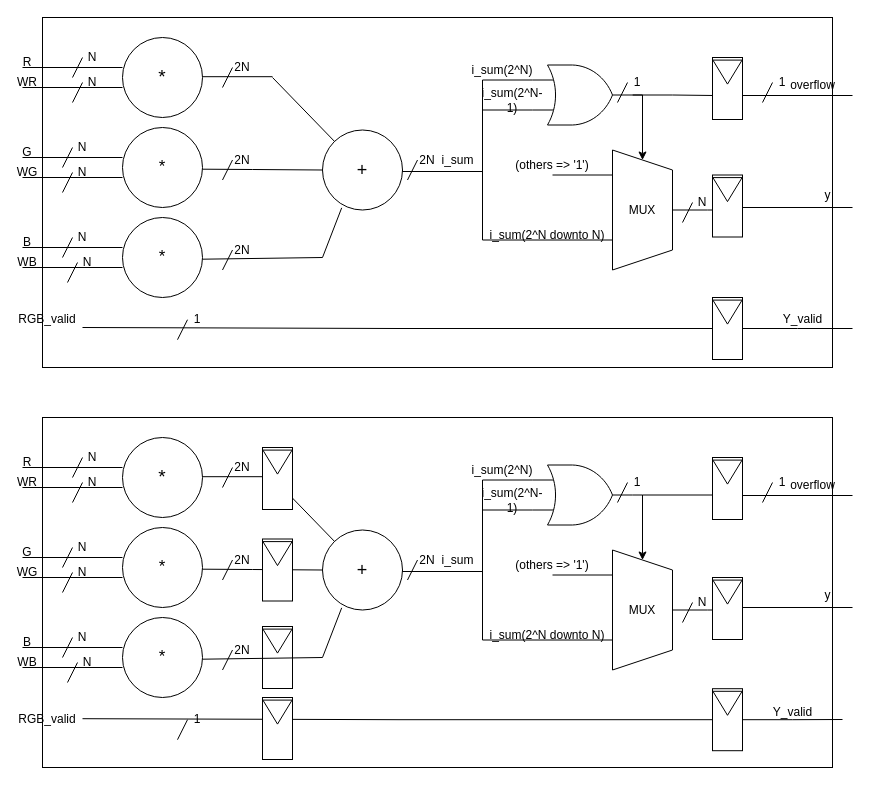
Before: Oblig9/IN3160-oblig9-datapath.drawio in jrundht/IN3160, a draw.io diagram. Source tidied: cells renumbered, new cells numbered last; positions are measured from the earlier drawing's top-left corner, leaving out a move shared by most shapes. Both pictures are drawn from the tidied source at 100%, with x=0, y=0 at pixel (22, 17).
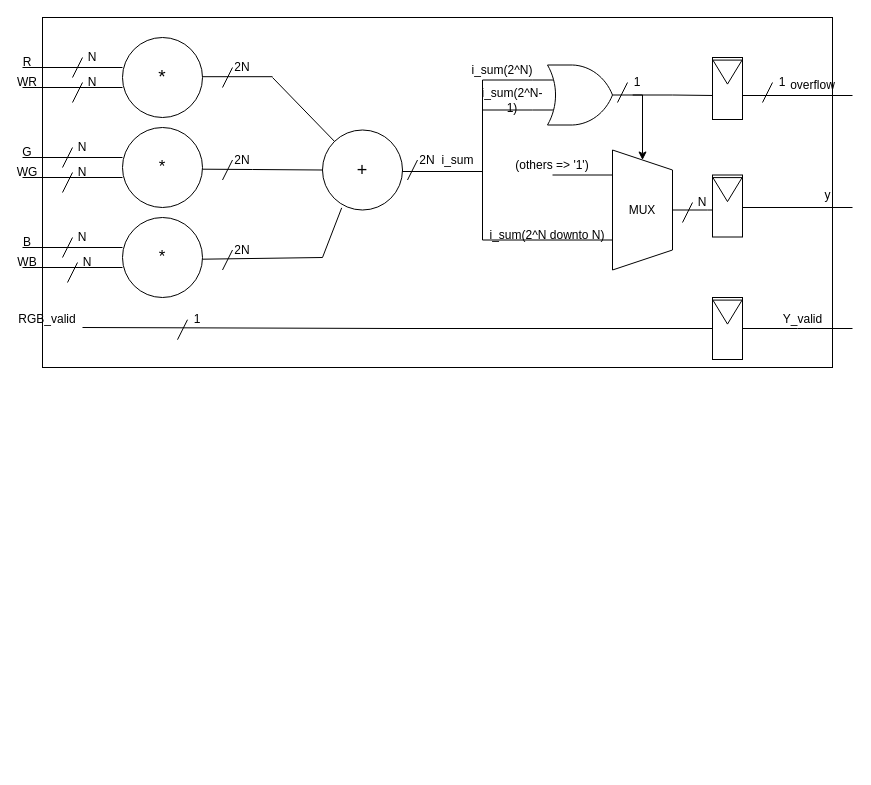
The same diagram, later.

What changed in the source:
```diff
@@
-    <mxCell id="89" style="group;" parent="1" vertex="1">
-      <mxGeometry y="400" width="830" height="350" as="geometry" />
-    </mxCell>
-    <mxCell id="90" style="rounded=0;whiteSpace=wrap;html=1;" parent="89" vertex="1">
-      <mxGeometry x="20" width="790" height="350" as="geometry" />
-    </mxCell>
-    <mxCell id="91" style="group;" parent="89" vertex="1">
-      <mxGeometry x="240" y="209" width="30" height="62" as="geometry" />
-    </mxCell>
-    <mxCell id="92" style="rounded=0;whiteSpace=wrap;html=1;" parent="91" vertex="1">
-      <mxGeometry width="30" height="62" as="geometry" />
-    </mxCell>
-    <mxCell id="93" style="triangle;whiteSpace=wrap;html=1;rotation=90;" parent="91" vertex="1">
-      <mxGeometry x="3" width="24" height="29.2" as="geometry" />
-    </mxCell>
-    <mxCell id="94" style="group;" parent="89" vertex="1">
-      <mxGeometry x="690" y="271.2" width="30" height="62" as="geometry" />
-    </mxCell>
-    <mxCell id="95" style="edgeStyle=orthogonalEdgeStyle;rounded=0;jettySize=auto;html=1;exitX=1;exitY=0.5;exitDx=0;exitDy=0;endArrow=none;endFill=0;" parent="94" edge="1" source="97">
-      <mxGeometry relative="1" as="geometry">
-        <mxPoint x="130" y="30.8" as="targetPoint" />
-      </mxGeometry>
-    </mxCell>
-    <mxCell id="96" style="edgeStyle=orthogonalEdgeStyle;rounded=0;jettySize=auto;html=1;exitX=0;exitY=0.5;exitDx=0;exitDy=0;endArrow=none;endFill=0;" parent="94" edge="1" source="97">
-      <mxGeometry relative="1" as="geometry">
-        <mxPoint x="-630" y="30" as="targetPoint" />
-      </mxGeometry>
-    </mxCell>
-    <mxCell id="97" style="rounded=0;whiteSpace=wrap;html=1;" parent="94" vertex="1">
-      <mxGeometry width="30" height="62" as="geometry" />
-    </mxCell>
-    <mxCell id="98" style="triangle;whiteSpace=wrap;html=1;rotation=90;" parent="94" vertex="1">
-      <mxGeometry x="3" width="24" height="29.2" as="geometry" />
-    </mxCell>
-    <mxCell id="99" value="RGB_valid" style="text;html=1;align=center;verticalAlign=middle;whiteSpace=wrap;rounded=0;" parent="89" vertex="1">
-      <mxGeometry x="20" y="297.2" width="10" height="10" as="geometry" />
-    </mxCell>
-    <mxCell id="100" value="Y_valid" style="text;html=1;align=center;verticalAlign=middle;strokeColor=none;fillColor=none;" parent="89" vertex="1">
-      <mxGeometry x="740" y="280" width="60" height="30" as="geometry" />
-    </mxCell>
-    <mxCell id="101" style="endArrow=none;html=1;rounded=0;" parent="89" edge="1">
-      <mxGeometry relative="1" as="geometry">
-        <mxPoint y="50" as="sourcePoint" />
-        <mxPoint x="100" y="50" as="targetPoint" />
-      </mxGeometry>
-    </mxCell>
-    <mxCell id="102" style="endArrow=none;html=1;rounded=0;" parent="89" edge="1">
-      <mxGeometry relative="1" as="geometry">
-        <mxPoint y="70" as="sourcePoint" />
-        <mxPoint x="100" y="70" as="targetPoint" />
-      </mxGeometry>
-    </mxCell>
-    <mxCell id="103" style="endArrow=none;html=1;rounded=0;" parent="89" edge="1">
-      <mxGeometry relative="1" as="geometry">
-        <mxPoint y="140" as="sourcePoint" />
-        <mxPoint x="100" y="140" as="targetPoint" />
-      </mxGeometry>
-    </mxCell>
-    <mxCell id="104" style="endArrow=none;html=1;rounded=0;" parent="89" edge="1">
-      <mxGeometry relative="1" as="geometry">
-        <mxPoint y="160" as="sourcePoint" />
-        <mxPoint x="100" y="160" as="targetPoint" />
-      </mxGeometry>
-    </mxCell>
-    <mxCell id="105" style="endArrow=none;html=1;rounded=0;" parent="89" edge="1">
-      <mxGeometry relative="1" as="geometry">
-        <mxPoint y="230" as="sourcePoint" />
-        <mxPoint x="100" y="230" as="targetPoint" />
-      </mxGeometry>
-    </mxCell>
-    <mxCell id="106" style="endArrow=none;html=1;rounded=0;" parent="89" edge="1">
-      <mxGeometry relative="1" as="geometry">
-        <mxPoint y="250" as="sourcePoint" />
-        <mxPoint x="100" y="250" as="targetPoint" />
-      </mxGeometry>
-    </mxCell>
-    <mxCell id="107" value="R" style="text;html=1;align=center;verticalAlign=middle;whiteSpace=wrap;rounded=0;" parent="89" vertex="1">
-      <mxGeometry y="40" width="10" height="10" as="geometry" />
-    </mxCell>
-    <mxCell id="108" value="G" style="text;html=1;align=center;verticalAlign=middle;whiteSpace=wrap;rounded=0;" parent="89" vertex="1">
-      <mxGeometry y="130" width="10" height="10" as="geometry" />
-    </mxCell>
-    <mxCell id="109" value="WR" style="text;html=1;align=center;verticalAlign=middle;whiteSpace=wrap;rounded=0;" parent="89" vertex="1">
-      <mxGeometry y="60" width="10" height="10" as="geometry" />
-    </mxCell>
-    <mxCell id="110" value="WG" style="text;html=1;align=center;verticalAlign=middle;whiteSpace=wrap;rounded=0;" parent="89" vertex="1">
-      <mxGeometry y="150" width="10" height="10" as="geometry" />
-    </mxCell>
-    <mxCell id="111" value="&lt;div&gt;B&lt;/div&gt;" style="text;html=1;align=center;verticalAlign=middle;whiteSpace=wrap;rounded=0;" parent="89" vertex="1">
-      <mxGeometry y="220" width="10" height="10" as="geometry" />
-    </mxCell>
-    <mxCell id="112" value="WB" style="text;html=1;align=center;verticalAlign=middle;whiteSpace=wrap;rounded=0;" parent="89" vertex="1">
-      <mxGeometry y="240" width="10" height="10" as="geometry" />
-    </mxCell>
-    <mxCell id="113" value="&lt;font style=&quot;font-size: 19px;&quot;&gt;*&lt;/font&gt;" style="ellipse;whiteSpace=wrap;html=1;" parent="89" vertex="1">
-      <mxGeometry x="100" y="20" width="80" height="80" as="geometry" />
-    </mxCell>
-    <mxCell id="114" value="&lt;font style=&quot;font-size: 17px;&quot;&gt;*&lt;/font&gt;" style="ellipse;whiteSpace=wrap;html=1;" parent="89" vertex="1">
-      <mxGeometry x="100" y="110" width="80" height="80" as="geometry" />
-    </mxCell>
-    <mxCell id="115" value="&lt;font style=&quot;font-size: 17px;&quot;&gt;*&lt;/font&gt;" style="ellipse;whiteSpace=wrap;html=1;" parent="89" vertex="1">
-      <mxGeometry x="100" y="200" width="80" height="80" as="geometry" />
-    </mxCell>
-    <mxCell id="116" style="endArrow=none;html=1;rounded=0;" parent="89" edge="1">
-      <mxGeometry relative="1" as="geometry">
-        <mxPoint x="50" y="60" as="sourcePoint" />
-        <mxPoint x="60" y="40" as="targetPoint" />
-      </mxGeometry>
-    </mxCell>
-    <mxCell id="117" value="N" style="text;html=1;align=center;verticalAlign=middle;whiteSpace=wrap;rounded=0;" parent="89" vertex="1">
-      <mxGeometry x="60" y="35" width="20" height="10" as="geometry" />
-    </mxCell>
-    <mxCell id="118" style="endArrow=none;html=1;rounded=0;" parent="89" edge="1">
-      <mxGeometry relative="1" as="geometry">
-        <mxPoint x="50" y="85" as="sourcePoint" />
-        <mxPoint x="60" y="65" as="targetPoint" />
-      </mxGeometry>
-    </mxCell>
-    <mxCell id="119" value="N" style="text;html=1;align=center;verticalAlign=middle;whiteSpace=wrap;rounded=0;" parent="89" vertex="1">
-      <mxGeometry x="60" y="60" width="20" height="10" as="geometry" />
-    </mxCell>
-    <mxCell id="120" style="endArrow=none;html=1;rounded=0;" parent="89" edge="1">
-      <mxGeometry relative="1" as="geometry">
-        <mxPoint x="40" y="150" as="sourcePoint" />
-        <mxPoint x="50" y="130" as="targetPoint" />
-      </mxGeometry>
-    </mxCell>
-    <mxCell id="121" value="N" style="text;html=1;align=center;verticalAlign=middle;whiteSpace=wrap;rounded=0;" parent="89" vertex="1">
-      <mxGeometry x="50" y="125" width="20" height="10" as="geometry" />
-    </mxCell>
-    <mxCell id="122" style="endArrow=none;html=1;rounded=0;" parent="89" edge="1">
-      <mxGeometry relative="1" as="geometry">
-        <mxPoint x="40" y="175" as="sourcePoint" />
-        <mxPoint x="50" y="155" as="targetPoint" />
-      </mxGeometry>
-    </mxCell>
-    <mxCell id="123" value="N" style="text;html=1;align=center;verticalAlign=middle;whiteSpace=wrap;rounded=0;" parent="89" vertex="1">
-      <mxGeometry x="50" y="150" width="20" height="10" as="geometry" />
-    </mxCell>
-    <mxCell id="124" style="endArrow=none;html=1;rounded=0;" parent="89" edge="1">
-      <mxGeometry relative="1" as="geometry">
-        <mxPoint x="40" y="240" as="sourcePoint" />
-        <mxPoint x="50" y="220" as="targetPoint" />
-      </mxGeometry>
-    </mxCell>
-    <mxCell id="125" value="N" style="text;html=1;align=center;verticalAlign=middle;whiteSpace=wrap;rounded=0;" parent="89" vertex="1">
-      <mxGeometry x="50" y="215" width="20" height="10" as="geometry" />
-    </mxCell>
-    <mxCell id="126" style="endArrow=none;html=1;rounded=0;" parent="89" edge="1">
-      <mxGeometry relative="1" as="geometry">
-        <mxPoint x="45" y="265" as="sourcePoint" />
-        <mxPoint x="55" y="245" as="targetPoint" />
-      </mxGeometry>
-    </mxCell>
-    <mxCell id="127" value="N" style="text;html=1;align=center;verticalAlign=middle;whiteSpace=wrap;rounded=0;" parent="89" vertex="1">
-      <mxGeometry x="55" y="240" width="20" height="10" as="geometry" />
-    </mxCell>
-    <mxCell id="128" style="endArrow=none;html=1;rounded=0;" parent="89" edge="1">
-      <mxGeometry relative="1" as="geometry">
-        <mxPoint x="180" y="59.2" as="sourcePoint" />
-        <mxPoint x="250" y="59.2" as="targetPoint" />
-      </mxGeometry>
-    </mxCell>
-    <mxCell id="129" style="endArrow=none;html=1;rounded=0;" parent="89" edge="1">
-      <mxGeometry relative="1" as="geometry">
-        <mxPoint x="200" y="70" as="sourcePoint" />
-        <mxPoint x="210" y="50" as="targetPoint" />
-      </mxGeometry>
-    </mxCell>
-    <mxCell id="130" value="2N" style="text;html=1;align=center;verticalAlign=middle;whiteSpace=wrap;rounded=0;" parent="89" vertex="1">
-      <mxGeometry x="210" y="45" width="20" height="10" as="geometry" />
-    </mxCell>
-    <mxCell id="131" style="endArrow=none;html=1;rounded=0;entryX=0;entryY=0.5;entryDx=0;entryDy=0;" parent="89" edge="1" target="137">
-      <mxGeometry relative="1" as="geometry">
-        <mxPoint x="180" y="151.7" as="sourcePoint" />
-        <Array as="points">
-          <mxPoint x="230" y="152" />
-        </Array>
-      </mxGeometry>
-    </mxCell>
-    <mxCell id="132" style="endArrow=none;html=1;rounded=0;" parent="89" edge="1">
-      <mxGeometry relative="1" as="geometry">
-        <mxPoint x="200" y="162.5" as="sourcePoint" />
-        <mxPoint x="210" y="142.5" as="targetPoint" />
-      </mxGeometry>
-    </mxCell>
-    <mxCell id="133" value="2N" style="text;html=1;align=center;verticalAlign=middle;whiteSpace=wrap;rounded=0;" parent="89" vertex="1">
-      <mxGeometry x="210" y="137.5" width="20" height="10" as="geometry" />
-    </mxCell>
-    <mxCell id="134" style="endArrow=none;html=1;rounded=0;" parent="89" edge="1">
-      <mxGeometry relative="1" as="geometry">
-        <mxPoint x="180" y="241.7" as="sourcePoint" />
-        <mxPoint x="300" y="240" as="targetPoint" />
-      </mxGeometry>
-    </mxCell>
-    <mxCell id="135" style="endArrow=none;html=1;rounded=0;" parent="89" edge="1">
-      <mxGeometry relative="1" as="geometry">
-        <mxPoint x="200" y="252.5" as="sourcePoint" />
-        <mxPoint x="210" y="232.5" as="targetPoint" />
-      </mxGeometry>
-    </mxCell>
-    <mxCell id="136" value="2N" style="text;html=1;align=center;verticalAlign=middle;whiteSpace=wrap;rounded=0;" parent="89" vertex="1">
-      <mxGeometry x="210" y="227.5" width="20" height="10" as="geometry" />
-    </mxCell>
-    <mxCell id="137" value="&lt;font style=&quot;font-size: 18px;&quot;&gt;+&lt;/font&gt;" style="ellipse;whiteSpace=wrap;html=1;" parent="89" vertex="1">
-      <mxGeometry x="300" y="112.5" width="80" height="80" as="geometry" />
-    </mxCell>
-    <mxCell id="138" style="endArrow=none;html=1;rounded=0;" parent="89" edge="1" source="137">
-      <mxGeometry relative="1" as="geometry">
-        <mxPoint x="250" y="60" as="targetPoint" />
-      </mxGeometry>
-    </mxCell>
-    <mxCell id="139" style="endArrow=none;html=1;rounded=0;" parent="89" edge="1">
-      <mxGeometry relative="1" as="geometry">
-        <mxPoint x="385" y="162.5" as="sourcePoint" />
-        <mxPoint x="395" y="142.5" as="targetPoint" />
-      </mxGeometry>
-    </mxCell>
-    <mxCell id="140" value="2N" style="text;html=1;align=center;verticalAlign=middle;whiteSpace=wrap;rounded=0;" parent="89" vertex="1">
-      <mxGeometry x="395" y="137.5" width="20" height="10" as="geometry" />
-    </mxCell>
-    <mxCell id="141" style="edgeStyle=orthogonalEdgeStyle;rounded=0;jettySize=auto;html=1;exitX=0;exitY=0.25;exitDx=0;exitDy=0;exitPerimeter=0;endArrow=none;endFill=0;" parent="89" edge="1" source="145">
-      <mxGeometry relative="1" as="geometry">
-        <mxPoint x="460" y="67.5" as="targetPoint" />
-        <Array as="points">
-          <mxPoint x="460" y="62.5" />
-        </Array>
-      </mxGeometry>
-    </mxCell>
-    <mxCell id="142" style="edgeStyle=orthogonalEdgeStyle;rounded=0;jettySize=auto;html=1;exitX=0;exitY=0.75;exitDx=0;exitDy=0;exitPerimeter=0;endArrow=none;endFill=0;" parent="89" edge="1" source="145">
-      <mxGeometry relative="1" as="geometry">
-        <mxPoint x="460" y="92.5" as="targetPoint" />
-      </mxGeometry>
-    </mxCell>
-    <mxCell id="143" style="edgeStyle=orthogonalEdgeStyle;rounded=0;jettySize=auto;html=1;entryX=0;entryY=0.5;entryDx=0;entryDy=0;exitX=1;exitY=0.5;exitDx=0;exitDy=0;exitPerimeter=0;" parent="89" edge="1" source="145" target="151">
-      <mxGeometry relative="1" as="geometry">
-        <Array as="points">
-          <mxPoint x="620" y="77.5" />
-        </Array>
-      </mxGeometry>
-    </mxCell>
-    <mxCell id="144" style="edgeStyle=orthogonalEdgeStyle;rounded=0;orthogonalLoop=1;jettySize=auto;html=1;endArrow=none;endFill=0;" parent="89" edge="1">
-      <mxGeometry relative="1" as="geometry">
-        <mxPoint x="620" y="77.5" as="sourcePoint" />
-        <mxPoint x="690" y="77.5" as="targetPoint" />
-      </mxGeometry>
-    </mxCell>
-    <mxCell id="145" style="verticalLabelPosition=bottom;shadow=0;dashed=0;align=center;html=1;verticalAlign=top;shape=mxgraph.electrical.logic_gates.logic_gate;operation=or;" parent="89" vertex="1">
-      <mxGeometry x="510" y="47.5" width="100" height="60" as="geometry" />
-    </mxCell>
-    <mxCell id="146" style="endArrow=none;html=1;rounded=0;" parent="89" edge="1">
-      <mxGeometry relative="1" as="geometry">
-        <mxPoint x="460" y="142.5" as="sourcePoint" />
-        <mxPoint x="460" y="62.5" as="targetPoint" />
-      </mxGeometry>
-    </mxCell>
-    <mxCell id="147" value="&lt;div&gt;i_sum(2^N)&lt;/div&gt;" style="text;html=1;align=center;verticalAlign=middle;whiteSpace=wrap;rounded=0;" parent="89" vertex="1">
-      <mxGeometry x="475" y="47.5" width="10" height="10" as="geometry" />
-    </mxCell>
-    <mxCell id="148" value="&lt;div&gt;i_sum(2^N-1)&lt;/div&gt;" style="text;html=1;align=center;verticalAlign=middle;whiteSpace=wrap;rounded=0;" parent="89" vertex="1">
-      <mxGeometry x="485" y="77.5" width="10" height="10" as="geometry" />
-    </mxCell>
-    <mxCell id="149" style="endArrow=none;html=1;rounded=0;" parent="89" edge="1">
-      <mxGeometry relative="1" as="geometry">
-        <mxPoint x="460" y="222.5" as="sourcePoint" />
-        <mxPoint x="460" y="142.5" as="targetPoint" />
-      </mxGeometry>
-    </mxCell>
-    <mxCell id="150" style="group;" parent="89" vertex="1">
-      <mxGeometry x="590" y="132.5" width="60" height="120" as="geometry" />
-    </mxCell>
-    <mxCell id="151" style="shape=trapezoid;perimeter=trapezoidPerimeter;whiteSpace=wrap;html=1;fixedSize=1;rotation=90;" parent="150" vertex="1">
-      <mxGeometry x="-30" y="30" width="120" height="60" as="geometry" />
-    </mxCell>
-    <mxCell id="152" value="MUX" style="text;html=1;align=center;verticalAlign=middle;whiteSpace=wrap;rounded=0;" parent="150" vertex="1">
-      <mxGeometry y="45" width="60" height="30" as="geometry" />
-    </mxCell>
-    <mxCell id="153" style="endArrow=none;html=1;rounded=0;" parent="89" edge="1">
-      <mxGeometry relative="1" as="geometry">
-        <mxPoint x="460" y="222.5" as="sourcePoint" />
-        <mxPoint x="590" y="222.5" as="targetPoint" />
-      </mxGeometry>
-    </mxCell>
-    <mxCell id="154" value="&lt;div&gt;i_sum(2^N downto N)&lt;/div&gt;" style="text;html=1;align=center;verticalAlign=middle;whiteSpace=wrap;rounded=0;" parent="89" vertex="1">
-      <mxGeometry x="460" y="212.5" width="130" height="10" as="geometry" />
-    </mxCell>
-    <mxCell id="155" value="(others =&amp;gt; '1')" style="text;html=1;align=center;verticalAlign=middle;whiteSpace=wrap;rounded=0;" parent="89" vertex="1">
-      <mxGeometry x="490" y="132.5" width="80" height="30" as="geometry" />
-    </mxCell>
-    <mxCell id="156" style="endArrow=none;html=1;rounded=0;" parent="89" edge="1">
-      <mxGeometry relative="1" as="geometry">
-        <mxPoint x="530" y="157.5" as="sourcePoint" />
-        <mxPoint x="590" y="157.5" as="targetPoint" />
-      </mxGeometry>
-    </mxCell>
-    <mxCell id="157" style="edgeStyle=orthogonalEdgeStyle;rounded=0;jettySize=auto;html=1;endArrow=none;endFill=0;exitX=0.944;exitY=0.637;exitDx=0;exitDy=0;exitPerimeter=0;" parent="89" edge="1" source="177">
-      <mxGeometry relative="1" as="geometry">
-        <mxPoint x="830" y="78" as="targetPoint" />
-        <Array as="points">
-          <mxPoint x="708" y="78" />
-        </Array>
-      </mxGeometry>
-    </mxCell>
-    <mxCell id="158" style="endArrow=none;html=1;rounded=0;" parent="89" edge="1">
-      <mxGeometry relative="1" as="geometry">
-        <mxPoint x="595" y="85" as="sourcePoint" />
-        <mxPoint x="605" y="65" as="targetPoint" />
-      </mxGeometry>
-    </mxCell>
-    <mxCell id="159" value="1" style="text;html=1;align=center;verticalAlign=middle;whiteSpace=wrap;rounded=0;" parent="89" vertex="1">
-      <mxGeometry x="605" y="60" width="20" height="10" as="geometry" />
-    </mxCell>
-    <mxCell id="160" style="endArrow=none;html=1;rounded=0;" parent="89" edge="1">
-      <mxGeometry relative="1" as="geometry">
-        <mxPoint x="740" y="85" as="sourcePoint" />
-        <mxPoint x="750" y="65" as="targetPoint" />
-      </mxGeometry>
-    </mxCell>
-    <mxCell id="161" value="1" style="text;html=1;align=center;verticalAlign=middle;whiteSpace=wrap;rounded=0;" parent="89" vertex="1">
-      <mxGeometry x="750" y="60" width="20" height="10" as="geometry" />
-    </mxCell>
-    <mxCell id="162" value="overflow" style="text;html=1;align=center;verticalAlign=middle;strokeColor=none;fillColor=none;" parent="89" vertex="1">
-      <mxGeometry x="755" y="53" width="70" height="30" as="geometry" />
-    </mxCell>
-    <mxCell id="163" style="endArrow=none;html=1;rounded=0;" parent="89" edge="1">
-      <mxGeometry relative="1" as="geometry">
-        <mxPoint x="660" y="205" as="sourcePoint" />
-        <mxPoint x="670" y="185" as="targetPoint" />
-      </mxGeometry>
-    </mxCell>
-    <mxCell id="164" value="N" style="text;html=1;align=center;verticalAlign=middle;whiteSpace=wrap;rounded=0;" parent="89" vertex="1">
-      <mxGeometry x="670" y="180" width="20" height="10" as="geometry" />
-    </mxCell>
-    <mxCell id="165" style="edgeStyle=orthogonalEdgeStyle;rounded=0;jettySize=auto;html=1;endArrow=none;endFill=0;" parent="89" edge="1" source="174">
-      <mxGeometry relative="1" as="geometry">
-        <mxPoint x="830" y="190" as="targetPoint" />
-        <Array as="points">
-          <mxPoint x="830" y="190" />
-        </Array>
-      </mxGeometry>
-    </mxCell>
-    <mxCell id="166" value="y" style="text;html=1;align=center;verticalAlign=middle;strokeColor=none;fillColor=none;" parent="89" vertex="1">
-      <mxGeometry x="790" y="162.5" width="30" height="30" as="geometry" />
-    </mxCell>
-    <mxCell id="167" style="edgeStyle=orthogonalEdgeStyle;rounded=0;jettySize=auto;html=1;entryX=0;entryY=0.5;entryDx=0;entryDy=0;endArrow=none;endFill=0;" parent="89" edge="1" source="152">
-      <mxGeometry relative="1" as="geometry">
-        <mxPoint x="720" y="192.5" as="targetPoint" />
-      </mxGeometry>
-    </mxCell>
-    <mxCell id="168" style="edgeStyle=orthogonalEdgeStyle;rounded=0;jettySize=auto;html=1;endArrow=none;endFill=0;exitX=1;exitY=0.5;exitDx=0;exitDy=0;" parent="89" edge="1" source="137">
-      <mxGeometry relative="1" as="geometry">
-        <mxPoint x="460" y="146.5" as="targetPoint" />
-        <Array as="points">
-          <mxPoint x="380" y="154" />
-          <mxPoint x="460" y="154" />
-        </Array>
-      </mxGeometry>
-    </mxCell>
-    <mxCell id="169" value="i_sum" style="text;html=1;align=center;verticalAlign=middle;strokeColor=none;fillColor=none;" parent="89" vertex="1">
-      <mxGeometry x="405" y="127.5" width="60" height="30" as="geometry" />
-    </mxCell>
-    <mxCell id="170" value="1" style="text;html=1;align=center;verticalAlign=middle;whiteSpace=wrap;rounded=0;" parent="89" vertex="1">
-      <mxGeometry x="165" y="297.2" width="20" height="10" as="geometry" />
-    </mxCell>
-    <mxCell id="171" style="endArrow=none;html=1;rounded=0;" parent="89" edge="1">
-      <mxGeometry relative="1" as="geometry">
-        <mxPoint x="155" y="322.2" as="sourcePoint" />
-        <mxPoint x="165" y="302.2" as="targetPoint" />
-      </mxGeometry>
-    </mxCell>
-    <mxCell id="172" style="endArrow=none;html=1;rounded=0;entryX=0.24;entryY=0.973;entryDx=0;entryDy=0;entryPerimeter=0;" parent="89" edge="1" target="137">
-      <mxGeometry relative="1" as="geometry">
-        <mxPoint x="300" y="240" as="sourcePoint" />
-      </mxGeometry>
-    </mxCell>
-    <mxCell id="173" style="group;" parent="89" vertex="1">
-      <mxGeometry x="690" y="160" width="30" height="62" as="geometry" />
-    </mxCell>
-    <mxCell id="174" style="rounded=0;whiteSpace=wrap;html=1;" parent="173" vertex="1">
-      <mxGeometry width="30" height="62" as="geometry" />
-    </mxCell>
-    <mxCell id="175" style="triangle;whiteSpace=wrap;html=1;rotation=90;" parent="173" vertex="1">
-      <mxGeometry x="3" width="24" height="29.2" as="geometry" />
-    </mxCell>
-    <mxCell id="176" style="group;" parent="89" vertex="1">
-      <mxGeometry x="690" y="40" width="30" height="62" as="geometry" />
-    </mxCell>
-    <mxCell id="177" style="rounded=0;whiteSpace=wrap;html=1;" parent="176" vertex="1">
-      <mxGeometry width="30" height="62" as="geometry" />
-    </mxCell>
-    <mxCell id="178" style="triangle;whiteSpace=wrap;html=1;rotation=90;" parent="176" vertex="1">
-      <mxGeometry x="3" width="24" height="29.2" as="geometry" />
-    </mxCell>
-    <mxCell id="179" style="group;" parent="89" vertex="1">
-      <mxGeometry x="240" y="121.5" width="30" height="62" as="geometry" />
-    </mxCell>
-    <mxCell id="180" style="rounded=0;whiteSpace=wrap;html=1;" parent="179" vertex="1">
-      <mxGeometry width="30" height="62" as="geometry" />
-    </mxCell>
-    <mxCell id="181" style="triangle;whiteSpace=wrap;html=1;rotation=90;" parent="179" vertex="1">
-      <mxGeometry x="3" width="24" height="29.2" as="geometry" />
-    </mxCell>
-    <mxCell id="182" style="group;" parent="89" vertex="1">
-      <mxGeometry x="240" y="30" width="30" height="62" as="geometry" />
-    </mxCell>
-    <mxCell id="183" style="rounded=0;whiteSpace=wrap;html=1;" parent="182" vertex="1">
-      <mxGeometry width="30" height="62" as="geometry" />
-    </mxCell>
-    <mxCell id="184" style="triangle;whiteSpace=wrap;html=1;rotation=90;" parent="182" vertex="1">
-      <mxGeometry x="3" width="24" height="29.2" as="geometry" />
-    </mxCell>
-    <mxCell id="185" style="group;" parent="89" vertex="1">
-      <mxGeometry x="240" y="280" width="30" height="62" as="geometry" />
-    </mxCell>
-    <mxCell id="186" style="rounded=0;whiteSpace=wrap;html=1;" parent="185" vertex="1">
-      <mxGeometry width="30" height="62" as="geometry" />
-    </mxCell>
-    <mxCell id="187" style="triangle;whiteSpace=wrap;html=1;rotation=90;" parent="185" vertex="1">
-      <mxGeometry x="3" width="24" height="29.2" as="geometry" />
-    </mxCell>
```
